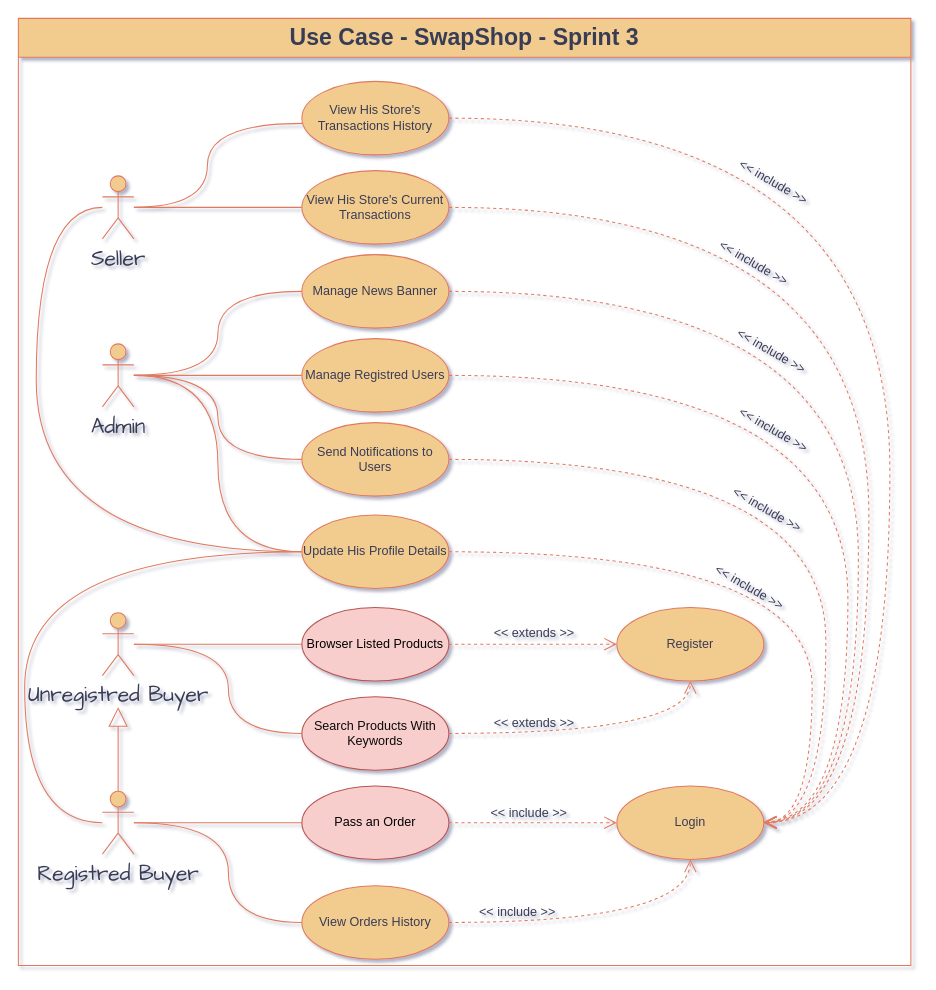
Earlier version of the draw.io diagram Project Documentations/Conception/Modélisation UML/Analyse/Use Case Diagram - Sprint 3.drawio (AhmedTrabelsy/SwapShop). Source tidied: cells renumbered, new cells numbered last; positions are measured from the earlier drawing's top-left corner, leaving out a move shared by most shapes. Both pictures are drawn from the tidied source at 105%, with x=0, y=0 at pixel (18, 18).
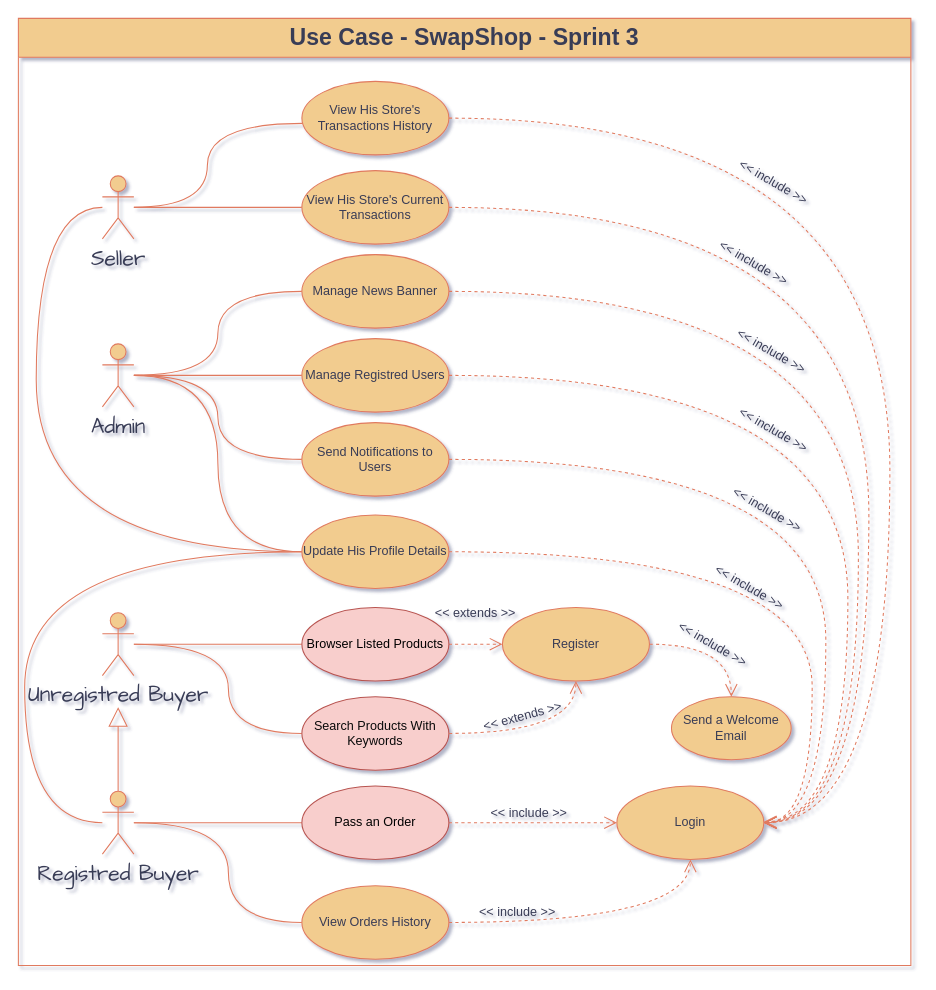
The same page after the edit.

Commit message (it also covers changes not shown here):
Add send email use case

Unchanged cells that the change refers to:
```xml
<mxCell id="42" value="&lt;font style=&quot;font-size: 22px;&quot;&gt;Use Case - SwapShop - Sprint 3&lt;/font&gt;" style="swimlane;whiteSpace=wrap;html=1;strokeColor=#E07A5F;fontColor=#393C56;fillColor=#F2CC8F;startSize=37;" parent="1" vertex="1">
  <mxGeometry width="850" height="902" as="geometry" />
</mxCell>
```

Diff of the diagram source:
```diff
@@
     <mxCell id="23" value="Register" style="ellipse;whiteSpace=wrap;html=1;strokeColor=#E07A5F;fontColor=#393C56;fillColor=#F2CC8F;labelBackgroundColor=none;" parent="1" vertex="1">
-      <mxGeometry x="570" y="561" width="140" height="70" as="geometry" />
+      <mxGeometry x="461" y="561" width="140" height="70" as="geometry" />
     </mxCell>
@@
+    <mxCell id="52" style="edgeStyle=orthogonalEdgeStyle;jettySize=auto;html=1;strokeColor=#E07A5F;fontColor=#393C56;fillColor=#F2CC8F;dashed=1;endArrow=open;endFill=0;endSize=10;curved=1;entryX=0.5;entryY=0;entryDx=0;entryDy=0;" parent="1" edge="1" source="23" target="54">
+      <mxGeometry relative="1" as="geometry">
+        <Array as="points">
+          <mxPoint x="679" y="596" />
+        </Array>
+      </mxGeometry>
+    </mxCell>
@@
     <mxCell id="32" value="&amp;lt;&amp;lt; extends &amp;gt;&amp;gt;" style="text;html=1;align=center;verticalAlign=middle;strokeColor=none;fillColor=none;fontColor=#393C56;" parent="1" vertex="1">
-      <mxGeometry x="441" y="571" width="100" height="30" as="geometry" />
+      <mxGeometry x="385" y="552" width="100" height="30" as="geometry" />
     </mxCell>
@@
-    <mxCell id="39" value="&amp;lt;&amp;lt; extends &amp;gt;&amp;gt;" style="text;html=1;align=center;verticalAlign=middle;strokeColor=none;fillColor=none;fontColor=#393C56;" parent="1" vertex="1">
-      <mxGeometry x="441" y="656" width="100" height="30" as="geometry" />
-    </mxCell>
@@
+    <mxCell id="53" value="&amp;lt;&amp;lt; include &amp;gt;&amp;gt;" style="text;html=1;align=center;verticalAlign=middle;strokeColor=none;fillColor=none;fontColor=#393C56;rotation=30;" parent="42" vertex="1">
+      <mxGeometry x="611" y="581" width="100" height="30" as="geometry" />
+    </mxCell>
+    <mxCell id="54" value="Send a Welcome Email" style="ellipse;whiteSpace=wrap;html=1;strokeColor=#E07A5F;fontColor=#393C56;fillColor=#F2CC8F;labelBackgroundColor=none;" parent="42" vertex="1">
+      <mxGeometry x="622" y="646" width="114" height="60" as="geometry" />
+    </mxCell>
+    <mxCell id="39" value="&amp;lt;&amp;lt; extends &amp;gt;&amp;gt;" style="text;html=1;align=center;verticalAlign=middle;strokeColor=none;fillColor=none;fontColor=#393C56;rotation=-15;" parent="42" vertex="1">
+      <mxGeometry x="430" y="650" width="100" height="30" as="geometry" />
+    </mxCell>
```
